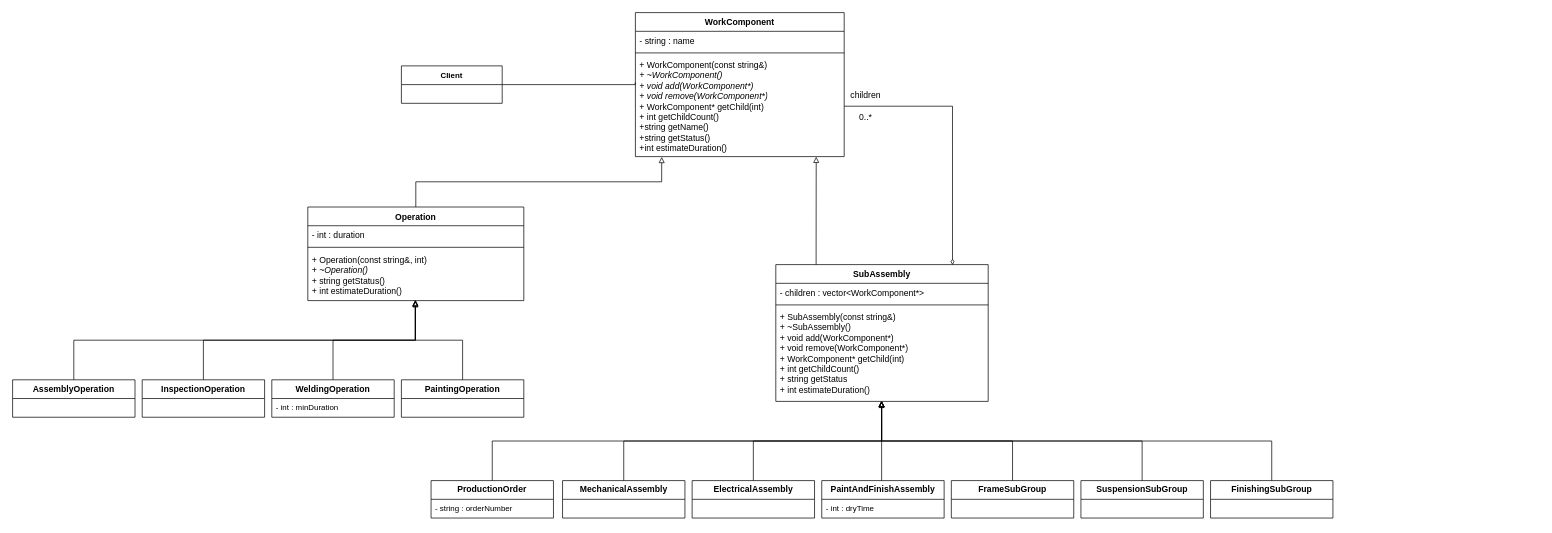
Earlier version of the draw.io diagram UML.drawio (Serg312/COS214-Prac4). Source tidied: cells renumbered, new cells numbered last; positions are measured from the earlier drawing's top-left corner, leaving out a move shared by most shapes. Both pictures are drawn from the tidied source at 72%, with x=0, y=0 at pixel (12, 12).
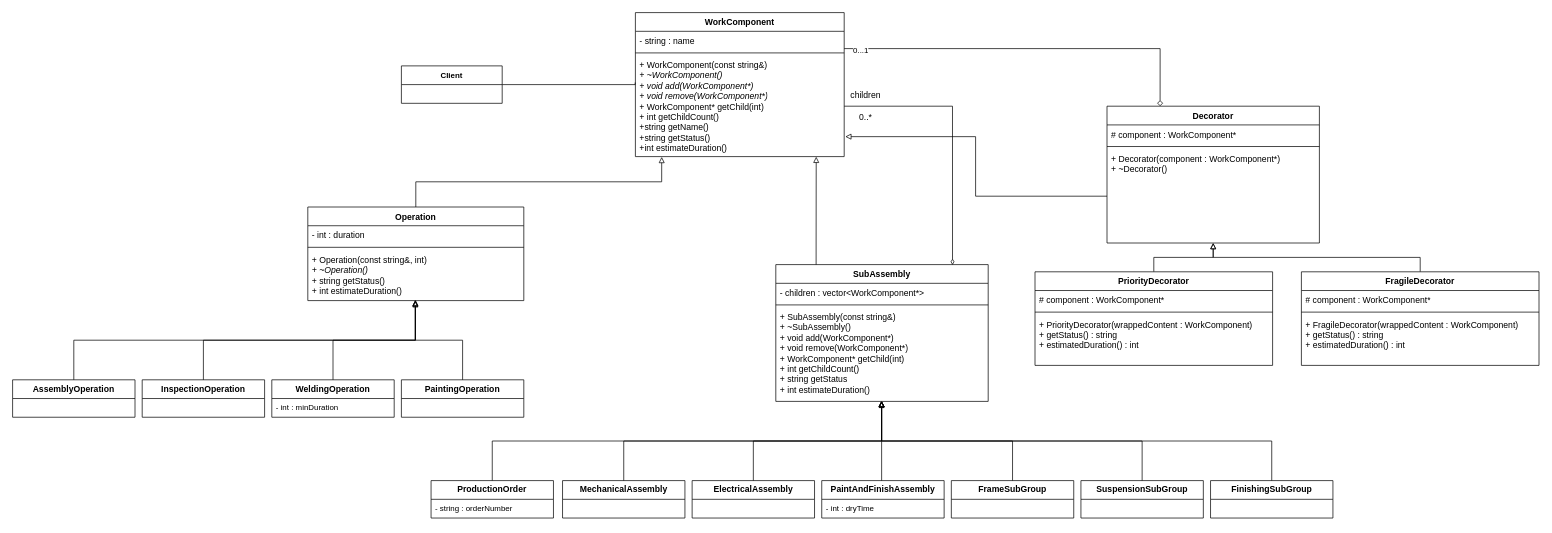
Above is the later version.

Commit message:
Updated UML to include decorator

Unchanged cells that the change refers to:
```xml
<mxCell id="2" value="WorkComponent" style="swimlane;fontStyle=1;align=center;verticalAlign=top;horizontal=1;startSize=26;whiteSpace=wrap;html=1;" parent="1" vertex="1">
  <mxGeometry x="865" width="290" height="200" as="geometry" />
</mxCell>
<mxCell id="5" value="+ WorkComponent(const string&amp;amp;)&lt;div&gt;&lt;i&gt;+ ~WorkComponent()&lt;/i&gt;&lt;/div&gt;&lt;div&gt;&lt;i&gt;+ void add(WorkComponent*)&lt;/i&gt;&lt;/div&gt;&lt;div&gt;&lt;i&gt;+ void remove(WorkComponent*)&lt;/i&gt;&lt;/div&gt;&lt;div&gt;+ WorkComponent* getChild(int)&lt;span style=&quot;background-color: transparent; color: light-dark(rgb(0, 0, 0), rgb(255, 255, 255));&quot;&gt;&amp;nbsp;&lt;/span&gt;&lt;/div&gt;&lt;div&gt;+ int getChildCount()&lt;/div&gt;&lt;div&gt;+string getName()&lt;/div&gt;&lt;div&gt;+string getStatus()&lt;/div&gt;&lt;div&gt;+int estimateDuration()&lt;/div&gt;" style="text;strokeColor=none;fillColor=none;align=left;verticalAlign=top;spacingLeft=4;spacingRight=4;overflow=hidden;points=[[0,0.5],[1,0.5]];portConstraint=eastwest;whiteSpace=wrap;html=1;" parent="2" vertex="1">
  <mxGeometry y="60" width="290" height="140" as="geometry" />
</mxCell>
```

The edit, as a diff of the source:
```diff
@@
+    <mxCell id="46" style="edgeStyle=orthogonalEdgeStyle;shape=connector;rounded=0;jettySize=auto;html=1;exitX=1;exitY=0.25;exitDx=0;exitDy=0;entryX=0.25;entryY=0;entryDx=0;entryDy=0;strokeColor=default;align=center;verticalAlign=middle;fontFamily=Helvetica;fontSize=11;fontColor=default;labelBackgroundColor=default;endArrow=diamond;endFill=0;" parent="1" edge="1" source="2" target="48">
+      <mxGeometry relative="1" as="geometry" />
+    </mxCell>
+    <mxCell id="47" value="0...1" style="edgeLabel;html=1;align=center;verticalAlign=middle;fontFamily=Helvetica;fontSize=11;fontColor=default;labelBackgroundColor=default;" parent="46" vertex="1">
+      <mxGeometry x="-0.91" y="-2" relative="1" as="geometry">
+        <mxPoint x="-1" as="offset" />
+      </mxGeometry>
+    </mxCell>
+    <mxCell id="48" value="Decorator" style="swimlane;fontStyle=1;align=center;verticalAlign=top;horizontal=1;startSize=26;whiteSpace=wrap;html=1;" parent="1" vertex="1">
+      <mxGeometry x="1520" y="130" width="295" height="190" as="geometry" />
+    </mxCell>
+    <mxCell id="49" value="# component : WorkComponent*" style="text;strokeColor=none;fillColor=none;align=left;verticalAlign=top;spacingLeft=4;spacingRight=4;overflow=hidden;whiteSpace=wrap;html=1;" parent="48" vertex="1">
+      <mxGeometry y="26" width="295" height="26" as="geometry" />
+    </mxCell>
+    <mxCell id="50" style="line;strokeWidth=1;fillColor=none;align=left;verticalAlign=middle;spacingTop=-1;spacingLeft=3;spacingRight=3;labelPosition=right;strokeColor=inherit;" parent="48" vertex="1">
+      <mxGeometry y="52" width="295" height="8" as="geometry" />
+    </mxCell>
+    <mxCell id="51" value="+ Decorator(component : WorkComponent*)&lt;div&gt;+ ~Decorator()&lt;br&gt;&lt;/div&gt;" style="text;strokeColor=none;fillColor=none;align=left;verticalAlign=top;spacingLeft=4;spacingRight=4;overflow=hidden;points=[[0,0.5],[1,0.5]];portConstraint=eastwest;whiteSpace=wrap;html=1;" parent="48" vertex="1">
+      <mxGeometry y="60" width="295" height="130" as="geometry" />
+    </mxCell>
+    <mxCell id="52" style="edgeStyle=orthogonalEdgeStyle;shape=connector;rounded=0;jettySize=auto;html=1;exitX=0.5;exitY=0;exitDx=0;exitDy=0;entryX=0.5;entryY=1;entryDx=0;entryDy=0;strokeColor=default;align=center;verticalAlign=middle;fontFamily=Helvetica;fontSize=11;fontColor=default;labelBackgroundColor=default;endArrow=block;endFill=0;" parent="1" edge="1" source="53" target="48">
+      <mxGeometry relative="1" as="geometry" />
+    </mxCell>
+    <mxCell id="53" value="FragileDecorator" style="swimlane;fontStyle=1;align=center;verticalAlign=top;horizontal=1;startSize=26;whiteSpace=wrap;html=1;" parent="1" vertex="1">
+      <mxGeometry x="1790" y="360" width="330" height="130" as="geometry" />
+    </mxCell>
+    <mxCell id="54" value="# component : WorkComponent*" style="text;strokeColor=none;fillColor=none;align=left;verticalAlign=top;spacingLeft=4;spacingRight=4;overflow=hidden;whiteSpace=wrap;html=1;" parent="53" vertex="1">
+      <mxGeometry y="26" width="330" height="26" as="geometry" />
+    </mxCell>
+    <mxCell id="55" style="line;strokeWidth=1;fillColor=none;align=left;verticalAlign=middle;spacingTop=-1;spacingLeft=3;spacingRight=3;labelPosition=right;strokeColor=inherit;" parent="53" vertex="1">
+      <mxGeometry y="52" width="330" height="8" as="geometry" />
+    </mxCell>
+    <mxCell id="56" value="+ FragileDecorator(wrappedContent : WorkComponent)&lt;div&gt;+ getStatus() : string&lt;br&gt;&lt;/div&gt;&lt;div&gt;+ estimatedDuration() : int&lt;/div&gt;" style="text;strokeColor=none;fillColor=none;align=left;verticalAlign=top;spacingLeft=4;spacingRight=4;overflow=hidden;whiteSpace=wrap;html=1;" parent="53" vertex="1">
+      <mxGeometry y="60" width="330" height="70" as="geometry" />
+    </mxCell>
+    <mxCell id="57" style="edgeStyle=orthogonalEdgeStyle;rounded=0;jettySize=auto;html=1;entryX=0.5;entryY=1;entryDx=0;entryDy=0;endArrow=block;endFill=0;" parent="1" edge="1" source="58" target="48">
+      <mxGeometry relative="1" as="geometry" />
+    </mxCell>
+    <mxCell id="58" value="PriorityDecorator" style="swimlane;fontStyle=1;align=center;verticalAlign=top;horizontal=1;startSize=26;whiteSpace=wrap;html=1;" parent="1" vertex="1">
+      <mxGeometry x="1420" y="360" width="330" height="130" as="geometry" />
+    </mxCell>
+    <mxCell id="59" value="# component : WorkComponent*" style="text;strokeColor=none;fillColor=none;align=left;verticalAlign=top;spacingLeft=4;spacingRight=4;overflow=hidden;whiteSpace=wrap;html=1;" parent="58" vertex="1">
+      <mxGeometry y="26" width="330" height="26" as="geometry" />
+    </mxCell>
+    <mxCell id="60" style="line;strokeWidth=1;fillColor=none;align=left;verticalAlign=middle;spacingTop=-1;spacingLeft=3;spacingRight=3;labelPosition=right;strokeColor=inherit;" parent="58" vertex="1">
+      <mxGeometry y="52" width="330" height="8" as="geometry" />
+    </mxCell>
+    <mxCell id="61" value="+ PriorityDecorator(wrappedContent : WorkComponent)&lt;div&gt;+ getStatus() : string&lt;br&gt;&lt;/div&gt;&lt;div&gt;+ estimatedDuration() : int&lt;/div&gt;" style="text;strokeColor=none;fillColor=none;align=left;verticalAlign=top;spacingLeft=4;spacingRight=4;overflow=hidden;whiteSpace=wrap;html=1;" parent="58" vertex="1">
+      <mxGeometry y="60" width="330" height="70" as="geometry" />
+    </mxCell>
+    <mxCell id="62" style="edgeStyle=orthogonalEdgeStyle;shape=connector;rounded=0;jettySize=auto;html=1;entryX=1.005;entryY=0.802;entryDx=0;entryDy=0;entryPerimeter=0;strokeColor=default;align=center;verticalAlign=middle;fontFamily=Helvetica;fontSize=11;fontColor=default;labelBackgroundColor=default;endArrow=block;endFill=0;" parent="1" edge="1" source="51" target="5">
+      <mxGeometry relative="1" as="geometry" />
+    </mxCell>
```
